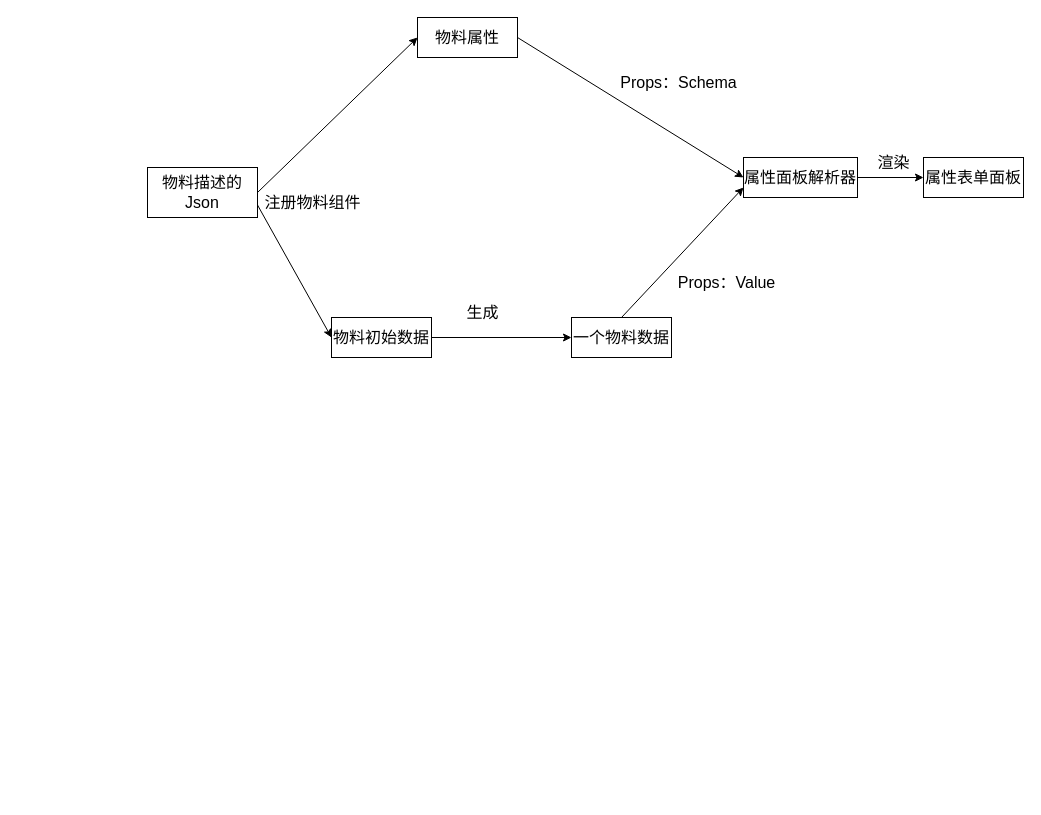
Earlier version of the draw.io diagram 第四章/属性表单面板形成设计图.drawio (yuxinyu12345/diagrams). Source tidied: cells renumbered, new cells numbered last; positions are measured from the earlier drawing's top-left corner, leaving out a move shared by most shapes. Both pictures are drawn from the tidied source at 100%, with x=0, y=0 at pixel (147, 17).
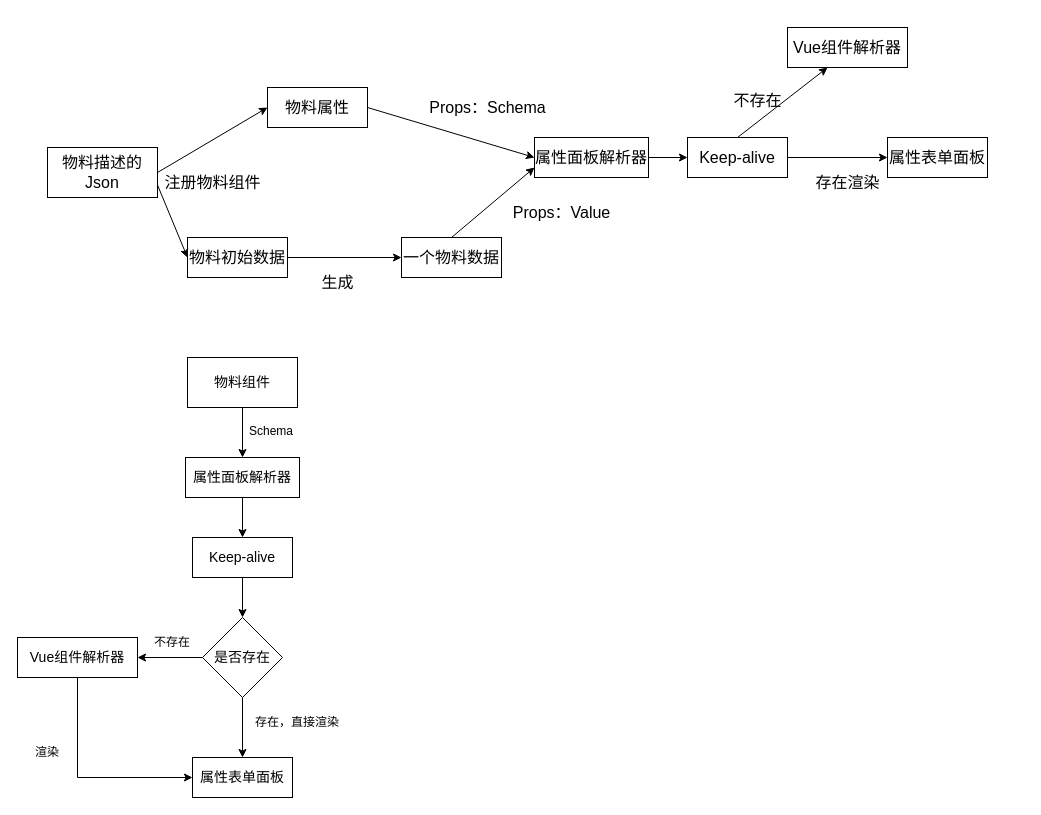
Above is the later version.

Commit message:
更新属性表单面板形成设计图.drawio

What changed in the source:
```diff
@@
     <mxCell id="2" value="物料描述的Json" style="rounded=0;whiteSpace=wrap;html=1;fontSize=16;" parent="1" vertex="1">
-      <mxGeometry y="150" width="110" height="50" as="geometry" />
+      <mxGeometry x="-100" y="130" width="110" height="50" as="geometry" />
     </mxCell>
     <mxCell id="3" value="物料属性" style="rounded=0;whiteSpace=wrap;html=1;fontSize=16;" parent="1" vertex="1">
-      <mxGeometry x="270" width="100" height="40" as="geometry" />
+      <mxGeometry x="120" y="70" width="100" height="40" as="geometry" />
     </mxCell>
@@
     <mxCell id="5" value="物料初始数据" style="rounded=0;whiteSpace=wrap;html=1;fontSize=16;" parent="1" vertex="1">
-      <mxGeometry x="184" y="300" width="100" height="40" as="geometry" />
+      <mxGeometry x="40" y="220" width="100" height="40" as="geometry" />
     </mxCell>
     <mxCell id="6" value="属性面板解析器" style="rounded=0;whiteSpace=wrap;html=1;fontSize=16;" parent="1" vertex="1">
-      <mxGeometry x="596" y="140" width="114" height="40" as="geometry" />
+      <mxGeometry x="387" y="120" width="114" height="40" as="geometry" />
     </mxCell>
     <mxCell id="7" value="属性表单面板" style="rounded=0;whiteSpace=wrap;html=1;fontSize=16;" parent="1" vertex="1">
-      <mxGeometry x="776" y="140" width="100" height="40" as="geometry" />
+      <mxGeometry x="740" y="120" width="100" height="40" as="geometry" />
     </mxCell>
@@
-    <mxCell id="12" style="endArrow=classic;html=1;rounded=0;exitX=1;exitY=0.5;exitDx=0;exitDy=0;fontSize=16;" parent="1" edge="1" source="6" target="7">
-      <mxGeometry relative="1" as="geometry" />
-    </mxCell>
     <mxCell id="13" value="一个物料数据" style="rounded=0;whiteSpace=wrap;html=1;fontSize=16;" parent="1" vertex="1">
-      <mxGeometry x="424" y="300" width="100" height="40" as="geometry" />
+      <mxGeometry x="254" y="220" width="100" height="40" as="geometry" />
     </mxCell>
     <mxCell id="14" value="注册物料组件" style="text;html=1;align=center;verticalAlign=middle;strokeColor=none;fillColor=none;fontSize=16;" parent="1" vertex="1">
-      <mxGeometry x="105" y="170" width="120" height="30" as="geometry" />
+      <mxGeometry x="5" y="150" width="120" height="30" as="geometry" />
     </mxCell>
     <mxCell id="15" value="Props：Schema" style="text;html=1;align=center;verticalAlign=middle;strokeColor=none;fillColor=none;fontSize=16;" parent="1" vertex="1">
-      <mxGeometry x="461" y="50" width="140" height="30" as="geometry" />
+      <mxGeometry x="270" y="75" width="140" height="30" as="geometry" />
     </mxCell>
     <mxCell id="16" value="Props：Value" style="text;html=1;align=center;verticalAlign=middle;strokeColor=none;fillColor=none;fontSize=16;" parent="1" vertex="1">
-      <mxGeometry x="519" y="250" width="120" height="30" as="geometry" />
+      <mxGeometry x="354" y="180" width="120" height="30" as="geometry" />
     </mxCell>
-    <mxCell id="17" value="渲染" style="text;html=1;align=center;verticalAlign=middle;strokeColor=none;fillColor=none;fontSize=16;" parent="1" vertex="1">
-      <mxGeometry x="716" y="130" width="60" height="30" as="geometry" />
+    <mxCell id="17" value="存在渲染" style="text;html=1;align=center;verticalAlign=middle;strokeColor=none;fillColor=none;fontSize=16;" parent="1" vertex="1">
+      <mxGeometry x="655" y="150" width="90" height="30" as="geometry" />
     </mxCell>
     <mxCell id="18" value="生成" style="text;html=1;align=center;verticalAlign=middle;strokeColor=none;fillColor=none;fontSize=16;" parent="1" vertex="1">
-      <mxGeometry x="305" y="280" width="60" height="30" as="geometry" />
+      <mxGeometry x="160" y="250" width="60" height="30" as="geometry" />
     </mxCell>
+    <mxCell id="19" value="Keep-alive" style="rounded=0;whiteSpace=wrap;html=1;fontSize=16;" parent="1" vertex="1">
+      <mxGeometry x="540" y="120" width="100" height="40" as="geometry" />
+    </mxCell>
+    <mxCell id="20" value="Vue组件解析器" style="rounded=0;whiteSpace=wrap;html=1;fontSize=16;" parent="1" vertex="1">
+      <mxGeometry x="640" y="10" width="120" height="40" as="geometry" />
+    </mxCell>
+    <mxCell id="21" style="endArrow=classic;html=1;rounded=0;exitX=1;exitY=0.5;exitDx=0;exitDy=0;entryX=0;entryY=0.5;entryDx=0;entryDy=0;" parent="1" edge="1" source="6" target="19">
+      <mxGeometry relative="1" as="geometry" />
+    </mxCell>
+    <mxCell id="22" style="endArrow=classic;html=1;rounded=0;exitX=0.5;exitY=0;exitDx=0;exitDy=0;" parent="1" edge="1" source="19">
+      <mxGeometry relative="1" as="geometry">
+        <mxPoint x="680" y="50" as="targetPoint" />
+      </mxGeometry>
+    </mxCell>
+    <mxCell id="23" value="&lt;font style=&quot;font-size: 16px;&quot;&gt;不存在&lt;/font&gt;" style="text;html=1;align=center;verticalAlign=middle;strokeColor=none;fillColor=none;" parent="1" vertex="1">
+      <mxGeometry x="575" y="68" width="70" height="30" as="geometry" />
+    </mxCell>
+    <mxCell id="24" style="endArrow=classic;html=1;rounded=0;exitX=1;exitY=0.5;exitDx=0;exitDy=0;" parent="1" edge="1" source="19">
+      <mxGeometry relative="1" as="geometry">
+        <mxPoint x="740" y="140" as="targetPoint" />
+      </mxGeometry>
+    </mxCell>
+    <mxCell id="25" style="edgeStyle=orthogonalEdgeStyle;rounded=0;jettySize=auto;html=1;exitX=0.5;exitY=1;exitDx=0;exitDy=0;fontSize=14;" parent="1" edge="1" source="26" target="28">
+      <mxGeometry relative="1" as="geometry" />
+    </mxCell>
+    <mxCell id="26" value="物料组件" style="rounded=0;whiteSpace=wrap;html=1;fontSize=14;" parent="1" vertex="1">
+      <mxGeometry x="40" y="340" width="110" height="50" as="geometry" />
+    </mxCell>
+    <mxCell id="27" style="edgeStyle=orthogonalEdgeStyle;rounded=0;jettySize=auto;html=1;exitX=0.5;exitY=1;exitDx=0;exitDy=0;fontSize=14;" parent="1" edge="1" source="28" target="30">
+      <mxGeometry relative="1" as="geometry" />
+    </mxCell>
+    <mxCell id="28" value="属性面板解析器" style="rounded=0;whiteSpace=wrap;html=1;fontSize=14;" parent="1" vertex="1">
+      <mxGeometry x="38" y="440" width="114" height="40" as="geometry" />
+    </mxCell>
+    <mxCell id="29" style="edgeStyle=orthogonalEdgeStyle;rounded=0;jettySize=auto;html=1;exitX=0.5;exitY=1;exitDx=0;exitDy=0;fontSize=14;" parent="1" edge="1" source="30" target="33">
+      <mxGeometry relative="1" as="geometry" />
+    </mxCell>
+    <mxCell id="30" value="Keep-alive" style="rounded=0;whiteSpace=wrap;html=1;fontSize=14;" parent="1" vertex="1">
+      <mxGeometry x="45" y="520" width="100" height="40" as="geometry" />
+    </mxCell>
+    <mxCell id="31" style="edgeStyle=orthogonalEdgeStyle;rounded=0;jettySize=auto;html=1;exitX=0;exitY=0.5;exitDx=0;exitDy=0;fontSize=14;" parent="1" edge="1" source="33" target="35">
+      <mxGeometry relative="1" as="geometry" />
+    </mxCell>
+    <mxCell id="32" style="edgeStyle=orthogonalEdgeStyle;rounded=0;jettySize=auto;html=1;exitX=0.5;exitY=1;exitDx=0;exitDy=0;fontSize=14;" parent="1" edge="1" source="33" target="36">
+      <mxGeometry relative="1" as="geometry" />
+    </mxCell>
+    <mxCell id="33" value="是否存在" style="rhombus;whiteSpace=wrap;html=1;fontSize=14;" parent="1" vertex="1">
+      <mxGeometry x="55" y="600" width="80" height="80" as="geometry" />
+    </mxCell>
+    <mxCell id="34" style="edgeStyle=orthogonalEdgeStyle;rounded=0;jettySize=auto;html=1;exitX=0.5;exitY=1;exitDx=0;exitDy=0;entryX=0;entryY=0.5;entryDx=0;entryDy=0;fontSize=14;" parent="1" edge="1" source="35" target="36">
+      <mxGeometry relative="1" as="geometry" />
+    </mxCell>
+    <mxCell id="35" value="Vue组件解析器" style="rounded=0;whiteSpace=wrap;html=1;fontSize=14;" parent="1" vertex="1">
+      <mxGeometry x="-130" y="620" width="120" height="40" as="geometry" />
+    </mxCell>
+    <mxCell id="36" value="属性表单面板" style="rounded=0;whiteSpace=wrap;html=1;fontSize=14;" parent="1" vertex="1">
+      <mxGeometry x="45" y="740" width="100" height="40" as="geometry" />
+    </mxCell>
+    <mxCell id="37" value="&lt;span style=&quot;color: rgb(0, 0, 0); font-family: Helvetica; font-size: 12px; font-style: normal; font-variant-ligatures: normal; font-variant-caps: normal; font-weight: 400; letter-spacing: normal; orphans: 2; text-align: center; text-indent: 0px; text-transform: none; widows: 2; word-spacing: 0px; -webkit-text-stroke-width: 0px; white-space: nowrap; background-color: rgb(251, 251, 251); text-decoration-thickness: initial; text-decoration-style: initial; text-decoration-color: initial; float: none; display: inline !important;&quot;&gt;Schema&lt;/span&gt;" style="text;whiteSpace=wrap;html=1;fontSize=12;" parent="1" vertex="1">
+      <mxGeometry x="100" y="400" width="90" height="40" as="geometry" />
+    </mxCell>
+    <mxCell id="38" value="不存在" style="text;html=1;align=center;verticalAlign=middle;whiteSpace=wrap;rounded=0;" parent="1" vertex="1">
+      <mxGeometry x="-5" y="610" width="60" height="30" as="geometry" />
+    </mxCell>
+    <mxCell id="39" value="存在，直接渲染" style="text;html=1;align=center;verticalAlign=middle;whiteSpace=wrap;rounded=0;" parent="1" vertex="1">
+      <mxGeometry x="100" y="690" width="100" height="30" as="geometry" />
+    </mxCell>
+    <mxCell id="40" value="渲染" style="text;html=1;align=center;verticalAlign=middle;whiteSpace=wrap;rounded=0;" parent="1" vertex="1">
+      <mxGeometry x="-130" y="720" width="60" height="30" as="geometry" />
+    </mxCell>
```
